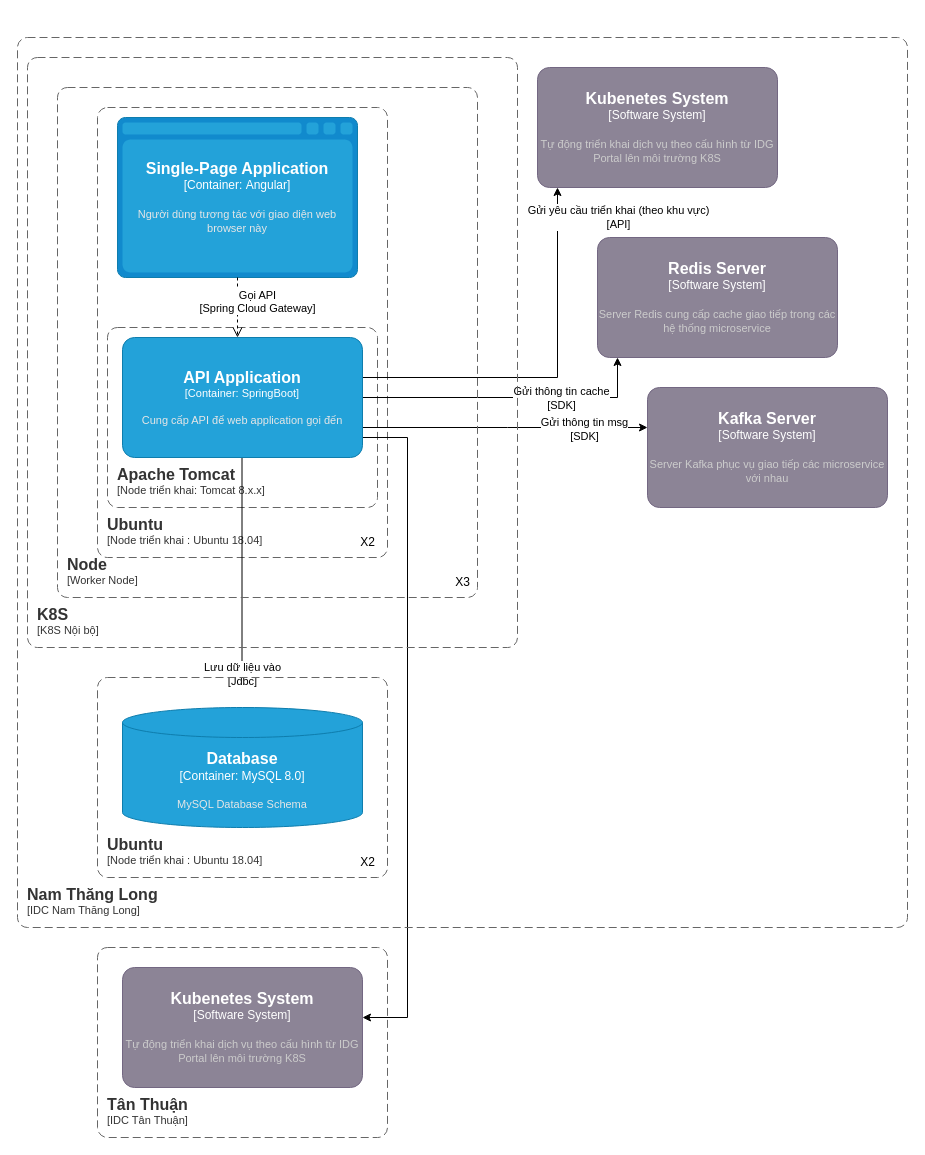
Before: IdgPortal-Deployment.drawio in dangngocsoncntt/draw.io, a draw.io diagram. Source tidied: cells renumbered, new cells numbered last; positions are measured from the earlier drawing's top-left corner, leaving out a move shared by most shapes. Both pictures are drawn from the tidied source at 100%, with x=0, y=0 at pixel (17, 37).
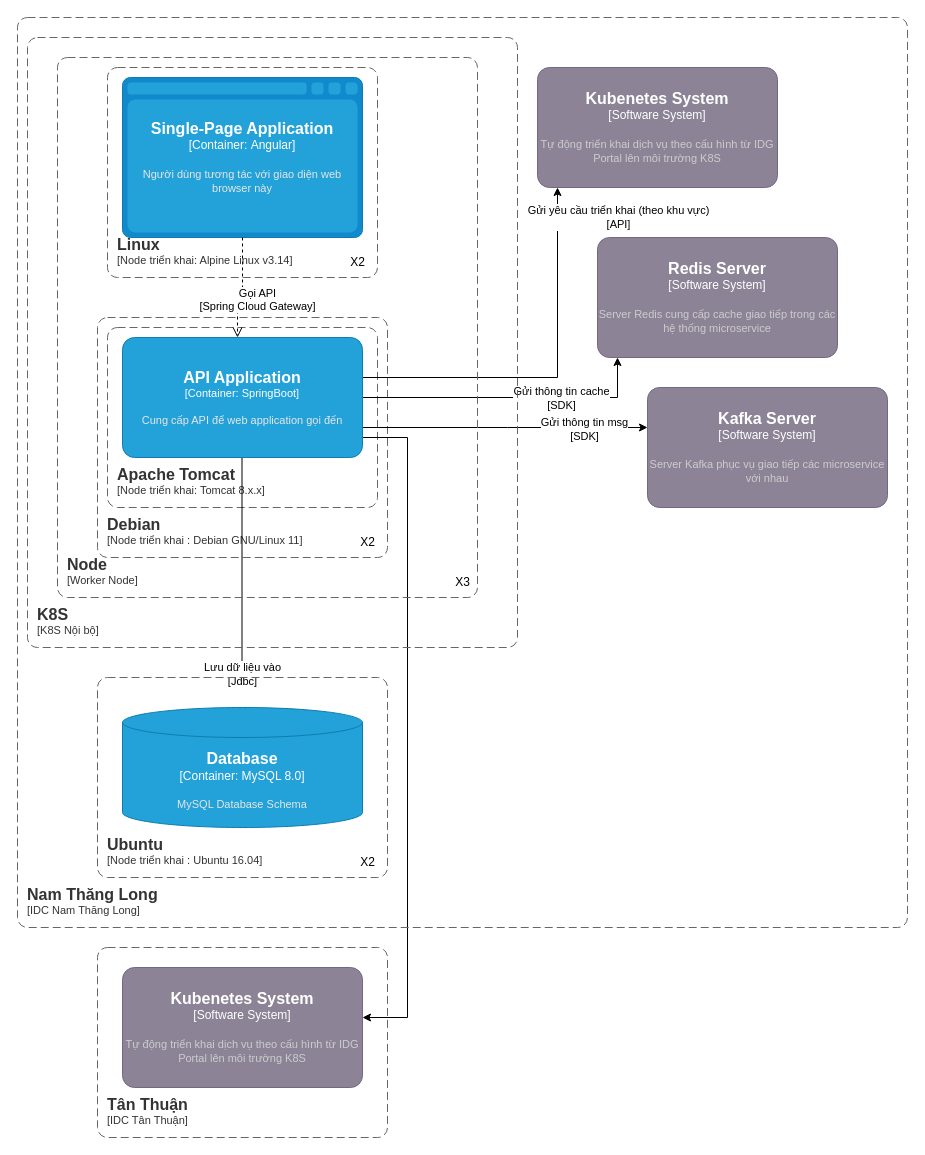
The same diagram, later.

Diff of the diagram source:
```diff
@@
     <object id="2" label="&lt;font style=&quot;font-size: 16px&quot;&gt;&lt;b&gt;%c4Type%&lt;/b&gt;&lt;/font&gt;&lt;div&gt;[%c4Container%:&amp;nbsp;%c4Technology%]&lt;/div&gt;&lt;br&gt;&lt;div&gt;&lt;font style=&quot;font-size: 11px&quot;&gt;&lt;font color=&quot;#E6E6E6&quot;&gt;%c4Description%&lt;/font&gt;&lt;/div&gt;" c4Container="Container" c4Description="Người dùng tương tác với giao diện web browser này" c4Technology="Angular" c4Type="Single-Page Application" placeholders="1">
       <mxCell style="shape=mxgraph.c4.webBrowserContainer2;whiteSpace=wrap;html=1;boundedLbl=1;rounded=0;labelBackgroundColor=none;strokeColor=#118ACD;fillColor=#23A2D9;strokeColor=#118ACD;strokeColor2=#0E7DAD;fontSize=12;fontColor=#ffffff;align=center;points=[[0.5,0,0],[1,0.25,0],[1,0.5,0],[1,0.75,0],[0.5,1,0],[0,0.75,0],[0,0.5,0],[0,0.25,0]];" parent="1" vertex="1">
-        <mxGeometry x="100" y="80" width="240" height="160" as="geometry" />
+        <mxGeometry x="105" y="40" width="240" height="160" as="geometry" />
       </mxCell>
     </object>
@@
-    <object id="4" label="&lt;font style=&quot;font-size: 16px&quot;&gt;&lt;b&gt;&lt;div style=&quot;text-align: left&quot;&gt;%c4Name%&lt;/div&gt;&lt;/b&gt;&lt;/font&gt;&lt;div style=&quot;text-align: left&quot;&gt;[%c4Application%]&lt;/div&gt;" c4Application="Node triển khai : Ubuntu 18.04" c4Name="Ubuntu" placeholders="1">
+    <object id="4" label="&lt;font style=&quot;font-size: 16px&quot;&gt;&lt;b&gt;&lt;div style=&quot;text-align: left&quot;&gt;%c4Name%&lt;/div&gt;&lt;/b&gt;&lt;/font&gt;&lt;div style=&quot;text-align: left&quot;&gt;[%c4Application%]&lt;/div&gt;" c4Application="Node triển khai : Debian GNU/Linux 11" c4Name="Debian" placeholders="1">
       <mxCell style="rounded=1;fontSize=11;whiteSpace=wrap;html=1;dashed=1;arcSize=20;fillColor=none;strokeColor=#666666;fontColor=#333333;labelBackgroundColor=none;align=left;verticalAlign=bottom;labelBorderColor=none;spacingTop=0;spacing=10;dashPattern=8 4;perimeter=rectanglePerimeter;noLabel=0;labelPadding=0;absoluteArcSize=1;" parent="1" vertex="1">
-        <mxGeometry x="80" y="70" width="290" height="450" as="geometry" />
+        <mxGeometry x="80" y="280" width="290" height="240" as="geometry" />
       </mxCell>
     </object>
@@
-    <object id="15" label="&lt;font style=&quot;font-size: 16px&quot;&gt;&lt;b&gt;&lt;div style=&quot;text-align: left&quot;&gt;%c4Name%&lt;/div&gt;&lt;/b&gt;&lt;/font&gt;&lt;div style=&quot;text-align: left&quot;&gt;[%c4Application%]&lt;/div&gt;" c4Application="Node triển khai : Ubuntu 18.04" c4Name="Ubuntu" placeholders="1">
+    <object id="15" label="&lt;font style=&quot;font-size: 16px&quot;&gt;&lt;b&gt;&lt;div style=&quot;text-align: left&quot;&gt;%c4Name%&lt;/div&gt;&lt;/b&gt;&lt;/font&gt;&lt;div style=&quot;text-align: left&quot;&gt;[%c4Application%]&lt;/div&gt;" c4Application="Node triển khai : Ubuntu 16.04" c4Name="Ubuntu" placeholders="1">
       <mxCell style="rounded=1;fontSize=11;whiteSpace=wrap;html=1;dashed=1;arcSize=20;fillColor=none;strokeColor=#666666;fontColor=#333333;labelBackgroundColor=none;align=left;verticalAlign=bottom;labelBorderColor=none;spacingTop=0;spacing=10;dashPattern=8 4;perimeter=rectanglePerimeter;noLabel=0;labelPadding=0;absoluteArcSize=1;" parent="1" vertex="1">
         <mxGeometry x="80" y="640" width="290" height="200" as="geometry" />
       </mxCell>
     </object>
@@
     <object id="19" label="&lt;font style=&quot;font-size: 16px&quot;&gt;&lt;b&gt;&lt;div style=&quot;text-align: left&quot;&gt;%c4Name%&lt;/div&gt;&lt;/b&gt;&lt;/font&gt;&lt;div style=&quot;text-align: left&quot;&gt;[%c4Application%]&lt;/div&gt;" c4Application="Worker Node" c4Name="Node" placeholders="1">
       <mxCell style="rounded=1;fontSize=11;whiteSpace=wrap;html=1;dashed=1;arcSize=20;fillColor=none;strokeColor=#666666;fontColor=#333333;labelBackgroundColor=none;align=left;verticalAlign=bottom;labelBorderColor=none;spacingTop=0;spacing=10;dashPattern=8 4;perimeter=rectanglePerimeter;noLabel=0;labelPadding=0;absoluteArcSize=1;" parent="1" vertex="1">
-        <mxGeometry x="40" y="50" width="420" height="510" as="geometry" />
+        <mxGeometry x="40" y="20" width="420" height="540" as="geometry" />
       </mxCell>
     </object>
     <object id="20" label="&lt;font style=&quot;font-size: 16px&quot;&gt;&lt;b&gt;&lt;div style=&quot;text-align: left&quot;&gt;%c4Name%&lt;/div&gt;&lt;/b&gt;&lt;/font&gt;&lt;div style=&quot;text-align: left&quot;&gt;[%c4Application%]&lt;/div&gt;" c4Application="K8S Nội bộ" c4Name="K8S" placeholders="1">
       <mxCell style="rounded=1;fontSize=11;whiteSpace=wrap;html=1;dashed=1;arcSize=20;fillColor=none;strokeColor=#666666;fontColor=#333333;labelBackgroundColor=none;align=left;verticalAlign=bottom;labelBorderColor=none;spacingTop=0;spacing=10;dashPattern=8 4;perimeter=rectanglePerimeter;noLabel=0;labelPadding=0;absoluteArcSize=1;" parent="1" vertex="1">
-        <mxGeometry x="10" y="20" width="490" height="590" as="geometry" />
+        <mxGeometry x="10" width="490" height="610" as="geometry" />
       </mxCell>
     </object>
@@
     <object id="22" label="&lt;font style=&quot;font-size: 16px&quot;&gt;&lt;b&gt;&lt;div style=&quot;text-align: left&quot;&gt;%c4Name%&lt;/div&gt;&lt;/b&gt;&lt;/font&gt;&lt;div style=&quot;text-align: left&quot;&gt;[%c4Application%]&lt;/div&gt;" c4Application="IDC Nam Thăng Long" c4Name="Nam Thăng Long" placeholders="1">
       <mxCell style="rounded=1;fontSize=11;whiteSpace=wrap;html=1;dashed=1;arcSize=20;fillColor=none;strokeColor=#666666;fontColor=#333333;labelBackgroundColor=none;align=left;verticalAlign=bottom;labelBorderColor=none;spacingTop=0;spacing=10;dashPattern=8 4;perimeter=rectanglePerimeter;noLabel=0;labelPadding=0;absoluteArcSize=1;" parent="1" vertex="1">
-        <mxGeometry width="890" height="890" as="geometry" />
+        <mxGeometry y="-20" width="890" height="910" as="geometry" />
       </mxCell>
     </object>
@@
     <mxCell id="28" value="Gọi API&lt;br&gt;[Spring Cloud Gateway]" style="html=1;verticalAlign=bottom;endArrow=open;dashed=1;endSize=8;edgeStyle=elbowEdgeStyle;elbow=vertical;curved=0;rounded=0;" parent="1" edge="1" source="2">
-      <mxGeometry x="0.33" y="20" relative="1" as="geometry">
+      <mxGeometry x="0.58" y="20" relative="1" as="geometry">
         <mxPoint x="220" y="300" as="targetPoint" />
       </mxGeometry>
     </mxCell>
+    <object id="29" label="&lt;font style=&quot;font-size: 16px&quot;&gt;&lt;b&gt;&lt;div style=&quot;text-align: left&quot;&gt;%c4Name%&lt;/div&gt;&lt;/b&gt;&lt;/font&gt;&lt;div style=&quot;text-align: left&quot;&gt;[%c4Application%]&lt;/div&gt;" c4Application="Node triển khai: Alpine Linux v3.14" c4Name="Linux" placeholders="1">
+      <mxCell style="rounded=1;fontSize=11;whiteSpace=wrap;html=1;dashed=1;arcSize=20;fillColor=none;strokeColor=#666666;fontColor=#333333;labelBackgroundColor=none;align=left;verticalAlign=bottom;labelBorderColor=none;spacingTop=0;spacing=10;dashPattern=8 4;perimeter=rectanglePerimeter;noLabel=0;labelPadding=0;absoluteArcSize=1;" parent="1" vertex="1">
+        <mxGeometry x="90" y="30" width="270" height="210" as="geometry" />
+      </mxCell>
+    </object>
+    <mxCell id="30" value="X2" style="text;html=1;align=center;verticalAlign=middle;strokeColor=none;fillColor=none;" parent="1" vertex="1">
+      <mxGeometry x="320" y="210" width="40" height="30" as="geometry" />
+    </mxCell>
```
